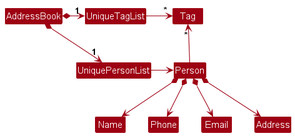
Before: docs/images/BetterModelClassDiagram.png, a diagram exported from PlantUML (nus-cs2103-AY2324S2/tp). The source it was exported from:
```plantuml
@startuml
!include style.puml
skinparam arrowThickness 1.1
skinparam arrowColor MODEL_COLOR
skinparam classBackgroundColor MODEL_COLOR

AddressBook *-right-> "1" UniquePersonList
AddressBook *-right-> "1" UniqueTagList
UniqueTagList -[hidden]down- UniquePersonList
UniqueTagList -[hidden]down- UniquePersonList

UniqueTagList -right-> "*" Tag
UniquePersonList -right-> Person

Person -up-> "*" Tag

Person *--> Name
Person *--> Phone
Person *--> Email
Person *--> Address
@enduml
```
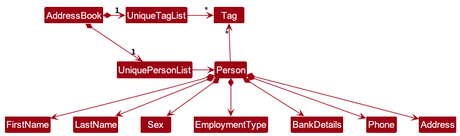
Later version of the same file.

Commit message:
Update DG model component

What changed in the source:
```diff
@@ -14,8 +14,11 @@
 
 Person -up-> "*" Tag
 
-Person *--> Name
+Person *--> FirstName
+Person *--> LastName
+Person *--> Sex
+Person *--> EmploymentType
+Person *--> BankDetails
 Person *--> Phone
-Person *--> Email
 Person *--> Address
 @enduml
```
